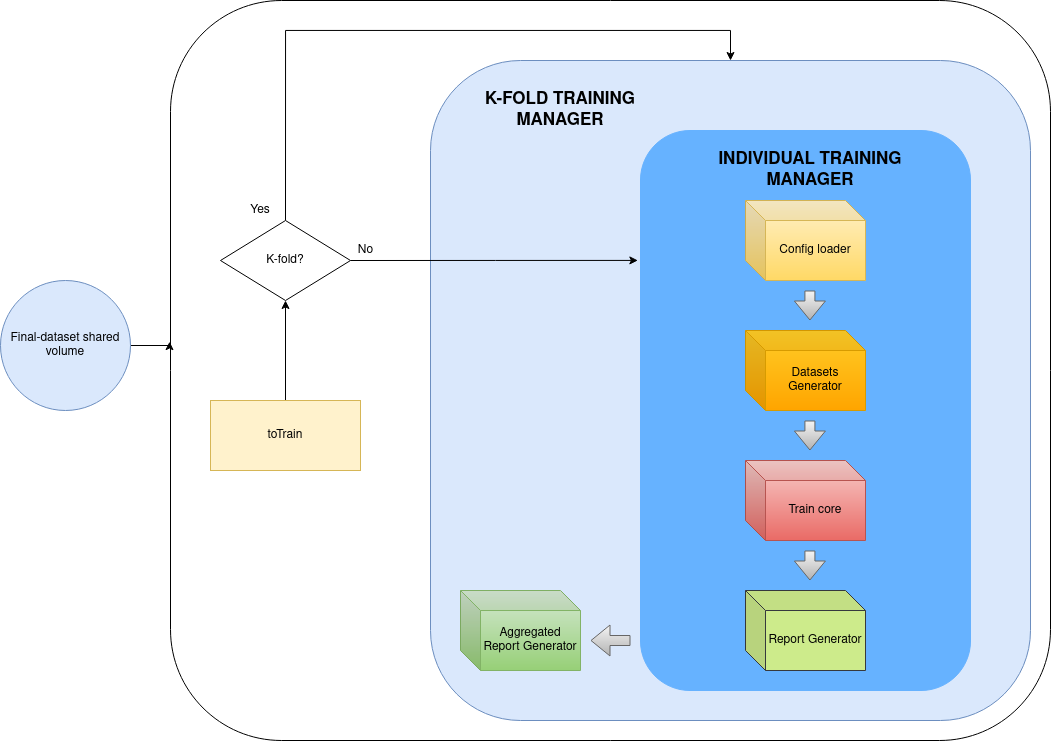
GonzaloPardoVillalibre/HAR-AI-FRAMEWORK keeps this draw.io diagram as framework/train/doc/images/train-environment-architecture.png. Above is the earlier version. Source tidied: cells renumbered, new cells last; positions are measured from the earlier drawing's top-left corner, leaving out a move shared by most shapes. The source it was exported from:
```xml
<mxGraphModel>
  <root>
    <mxCell id="0" />
    <mxCell id="1" parent="0" />
    <mxCell id="2" style="rounded=1;whiteSpace=wrap;html=1;" parent="1" vertex="1">
      <mxGeometry x="170" width="880" height="740" as="geometry" />
    </mxCell>
    <mxCell id="3" style="rounded=1;whiteSpace=wrap;html=1;fillColor=#dae8fc;strokeColor=#6c8ebf;" parent="1" vertex="1">
      <mxGeometry x="430" y="60" width="600" height="660" as="geometry" />
    </mxCell>
    <mxCell id="4" style="rounded=1;whiteSpace=wrap;html=1;strokeColor=#66B2FF;fillColor=#66B2FF;" parent="1" vertex="1">
      <mxGeometry x="640" y="130" width="330" height="560" as="geometry" />
    </mxCell>
    <mxCell id="5" style="edgeStyle=orthogonalEdgeStyle;rounded=0;jettySize=auto;html=1;exitX=1;exitY=0.5;exitDx=0;exitDy=0;entryX=-0.001;entryY=0.461;entryDx=0;entryDy=0;entryPerimeter=0;" parent="1" edge="1" source="6" target="2">
      <mxGeometry relative="1" as="geometry" />
    </mxCell>
    <mxCell id="6" value="Final-dataset shared volume" style="ellipse;whiteSpace=wrap;html=1;fillColor=#dae8fc;strokeColor=#6c8ebf;" parent="1" vertex="1">
      <mxGeometry y="280" width="130" height="130" as="geometry" />
    </mxCell>
    <mxCell id="7" style="edgeStyle=orthogonalEdgeStyle;rounded=0;jettySize=auto;html=1;exitX=0.5;exitY=0;exitDx=0;exitDy=0;entryX=0.5;entryY=1;entryDx=0;entryDy=0;" parent="1" edge="1" source="8" target="12">
      <mxGeometry relative="1" as="geometry" />
    </mxCell>
    <mxCell id="8" value="toTrain" style="rounded=0;whiteSpace=wrap;html=1;fillColor=#fff2cc;strokeColor=#d6b656;" parent="1" vertex="1">
      <mxGeometry x="210" y="400" width="150" height="70" as="geometry" />
    </mxCell>
    <mxCell id="9" value="Report Generator" style="shape=cube;whiteSpace=wrap;html=1;boundedLbl=1;backgroundOutline=1;darkOpacity=0.05;darkOpacity2=0.1;fillColor=#cdeb8b;strokeColor=#36393d;" parent="1" vertex="1">
      <mxGeometry x="745" y="590" width="120" height="80" as="geometry" />
    </mxCell>
    <mxCell id="10" style="edgeStyle=orthogonalEdgeStyle;rounded=0;jettySize=auto;html=1;exitX=0.5;exitY=0;exitDx=0;exitDy=0;entryX=0.5;entryY=0;entryDx=0;entryDy=0;" parent="1" edge="1" source="12" target="3">
      <mxGeometry relative="1" as="geometry">
        <Array as="points">
          <mxPoint x="285" y="30" />
          <mxPoint x="730" y="30" />
        </Array>
      </mxGeometry>
    </mxCell>
    <mxCell id="11" style="edgeStyle=orthogonalEdgeStyle;rounded=0;jettySize=auto;html=1;exitX=1;exitY=0.5;exitDx=0;exitDy=0;entryX=-0.008;entryY=0.232;entryDx=0;entryDy=0;entryPerimeter=0;" parent="1" edge="1" source="12" target="4">
      <mxGeometry relative="1" as="geometry" />
    </mxCell>
    <mxCell id="12" value="K-fold?" style="rhombus;whiteSpace=wrap;html=1;" parent="1" vertex="1">
      <mxGeometry x="220" y="220" width="130" height="80" as="geometry" />
    </mxCell>
    <mxCell id="13" value="Train core" style="shape=cube;whiteSpace=wrap;html=1;boundedLbl=1;backgroundOutline=1;darkOpacity=0.05;darkOpacity2=0.1;gradientColor=#ea6b66;fillColor=#f8cecc;strokeColor=#b85450;" parent="1" vertex="1">
      <mxGeometry x="745" y="460" width="120" height="80" as="geometry" />
    </mxCell>
    <mxCell id="14" value="Datasets Generator" style="shape=cube;whiteSpace=wrap;html=1;boundedLbl=1;backgroundOutline=1;darkOpacity=0.05;darkOpacity2=0.1;gradientColor=#ffa500;fillColor=#ffcd28;strokeColor=#d79b00;" parent="1" vertex="1">
      <mxGeometry x="745" y="330" width="120" height="80" as="geometry" />
    </mxCell>
    <mxCell id="15" value="Config loader" style="shape=cube;whiteSpace=wrap;html=1;boundedLbl=1;backgroundOutline=1;darkOpacity=0.05;darkOpacity2=0.1;gradientColor=#ffd966;fillColor=#fff2cc;strokeColor=#d6b656;" parent="1" vertex="1">
      <mxGeometry x="745" y="200" width="120" height="80" as="geometry" />
    </mxCell>
    <mxCell id="16" value="Aggregated Report Generator" style="shape=cube;whiteSpace=wrap;html=1;boundedLbl=1;backgroundOutline=1;darkOpacity=0.05;darkOpacity2=0.1;gradientColor=#97d077;fillColor=#d5e8d4;strokeColor=#82b366;" parent="1" vertex="1">
      <mxGeometry x="460" y="590" width="120" height="80" as="geometry" />
    </mxCell>
    <mxCell id="17" value="No" style="text;html=1;align=center;verticalAlign=middle;" parent="1" vertex="1">
      <mxGeometry x="350" y="240" width="30" height="20" as="geometry" />
    </mxCell>
    <mxCell id="18" value="Yes" style="text;html=1;strokeColor=none;fillColor=none;align=center;verticalAlign=middle;whiteSpace=wrap;rounded=0;" parent="1" vertex="1">
      <mxGeometry x="240" y="200" width="40" height="20" as="geometry" />
    </mxCell>
    <mxCell id="19" value="&lt;font style=&quot;font-size: 17px&quot;&gt;&lt;b&gt;K-FOLD TRAINING MANAGER&lt;/b&gt;&lt;/font&gt;" style="text;html=1;strokeColor=none;fillColor=none;align=center;verticalAlign=middle;whiteSpace=wrap;rounded=0;" parent="1" vertex="1">
      <mxGeometry x="460" y="100" width="200" height="20" as="geometry" />
    </mxCell>
    <mxCell id="20" value="&lt;font style=&quot;font-size: 17px&quot;&gt;&lt;b&gt;INDIVIDUAL TRAINING MANAGER&lt;/b&gt;&lt;/font&gt;" style="text;html=1;strokeColor=none;fillColor=none;align=center;verticalAlign=middle;whiteSpace=wrap;rounded=0;" parent="1" vertex="1">
      <mxGeometry x="710" y="160" width="200" height="20" as="geometry" />
    </mxCell>
    <mxCell id="21" style="shape=flexArrow;endArrow=classic;html=1;gradientColor=#b3b3b3;fillColor=#f5f5f5;strokeColor=#666666;" parent="1" edge="1">
      <mxGeometry relative="1" as="geometry">
        <mxPoint x="809.4" y="290" as="sourcePoint" />
        <mxPoint x="809.4" y="320" as="targetPoint" />
      </mxGeometry>
    </mxCell>
    <mxCell id="22" style="shape=flexArrow;endArrow=classic;html=1;gradientColor=#b3b3b3;fillColor=#f5f5f5;strokeColor=#666666;" parent="1" edge="1">
      <mxGeometry relative="1" as="geometry">
        <mxPoint x="630" y="640" as="sourcePoint" />
        <mxPoint x="590" y="640" as="targetPoint" />
      </mxGeometry>
    </mxCell>
    <mxCell id="23" style="shape=flexArrow;endArrow=classic;html=1;gradientColor=#b3b3b3;fillColor=#f5f5f5;strokeColor=#666666;" parent="1" edge="1">
      <mxGeometry relative="1" as="geometry">
        <mxPoint x="809.4" y="420" as="sourcePoint" />
        <mxPoint x="809.4" y="450" as="targetPoint" />
      </mxGeometry>
    </mxCell>
    <mxCell id="24" style="shape=flexArrow;endArrow=classic;html=1;gradientColor=#b3b3b3;fillColor=#f5f5f5;strokeColor=#666666;" parent="1" edge="1">
      <mxGeometry relative="1" as="geometry">
        <mxPoint x="809.4" y="550" as="sourcePoint" />
        <mxPoint x="809.4" y="580" as="targetPoint" />
      </mxGeometry>
    </mxCell>
  </root>
</mxGraphModel>
```
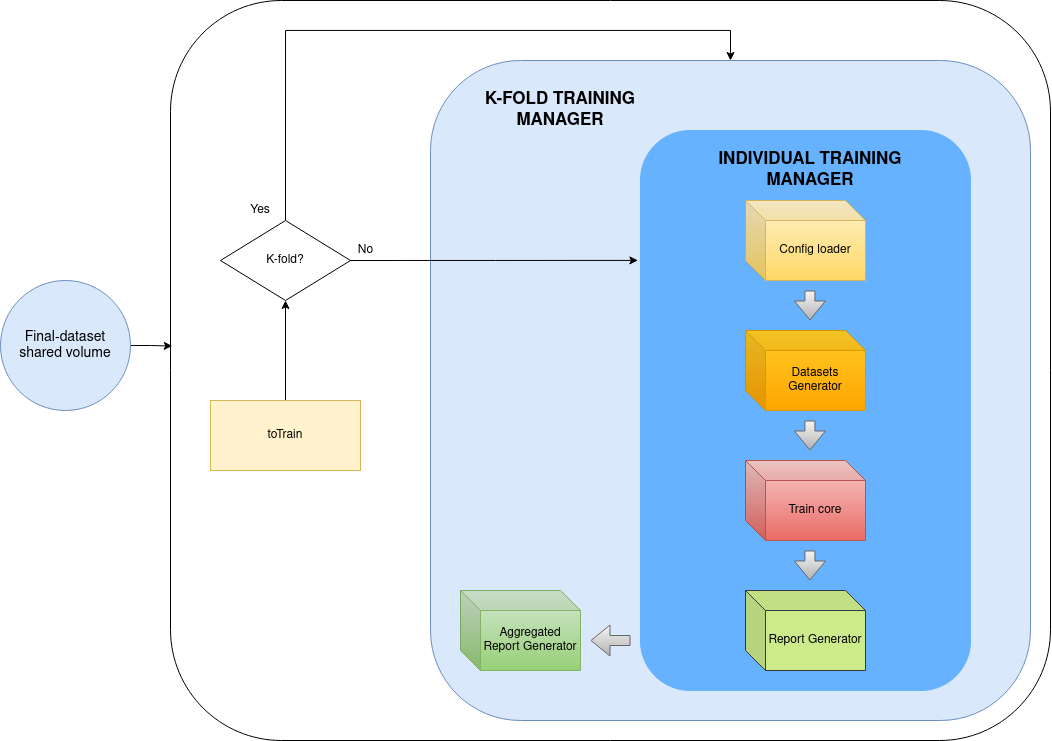
The same diagram one commit later.

Diff of the diagram source:
```diff
@@ -11,10 +11,10 @@
     <mxCell id="4" style="rounded=1;whiteSpace=wrap;html=1;strokeColor=#66B2FF;fillColor=#66B2FF;" parent="1" vertex="1">
       <mxGeometry x="640" y="130" width="330" height="560" as="geometry" />
     </mxCell>
-    <mxCell id="5" style="edgeStyle=orthogonalEdgeStyle;rounded=0;jettySize=auto;html=1;exitX=1;exitY=0.5;exitDx=0;exitDy=0;entryX=-0.001;entryY=0.461;entryDx=0;entryDy=0;entryPerimeter=0;" parent="1" edge="1" source="6" target="2">
+    <mxCell id="5" style="edgeStyle=orthogonalEdgeStyle;rounded=0;jettySize=auto;html=1;exitX=1;exitY=0.5;exitDx=0;exitDy=0;entryX=0.002;entryY=0.467;entryDx=0;entryDy=0;entryPerimeter=0;" parent="1" edge="1" source="6" target="2">
       <mxGeometry relative="1" as="geometry" />
     </mxCell>
-    <mxCell id="6" value="Final-dataset shared volume" style="ellipse;whiteSpace=wrap;html=1;fillColor=#dae8fc;strokeColor=#6c8ebf;" parent="1" vertex="1">
+    <mxCell id="6" value="&lt;div&gt;&lt;font style=&quot;font-size: 14px&quot;&gt;Final-dataset &lt;br&gt;&lt;/font&gt;&lt;/div&gt;&lt;div&gt;&lt;font style=&quot;font-size: 14px&quot;&gt;shared volume&lt;/font&gt;&lt;/div&gt;" style="ellipse;whiteSpace=wrap;html=1;fillColor=#dae8fc;strokeColor=#6c8ebf;" parent="1" vertex="1">
       <mxGeometry y="280" width="130" height="130" as="geometry" />
     </mxCell>
     <mxCell id="7" style="edgeStyle=orthogonalEdgeStyle;rounded=0;jettySize=auto;html=1;exitX=0.5;exitY=0;exitDx=0;exitDy=0;entryX=0.5;entryY=1;entryDx=0;entryDy=0;" parent="1" edge="1" source="8" target="12">
```
